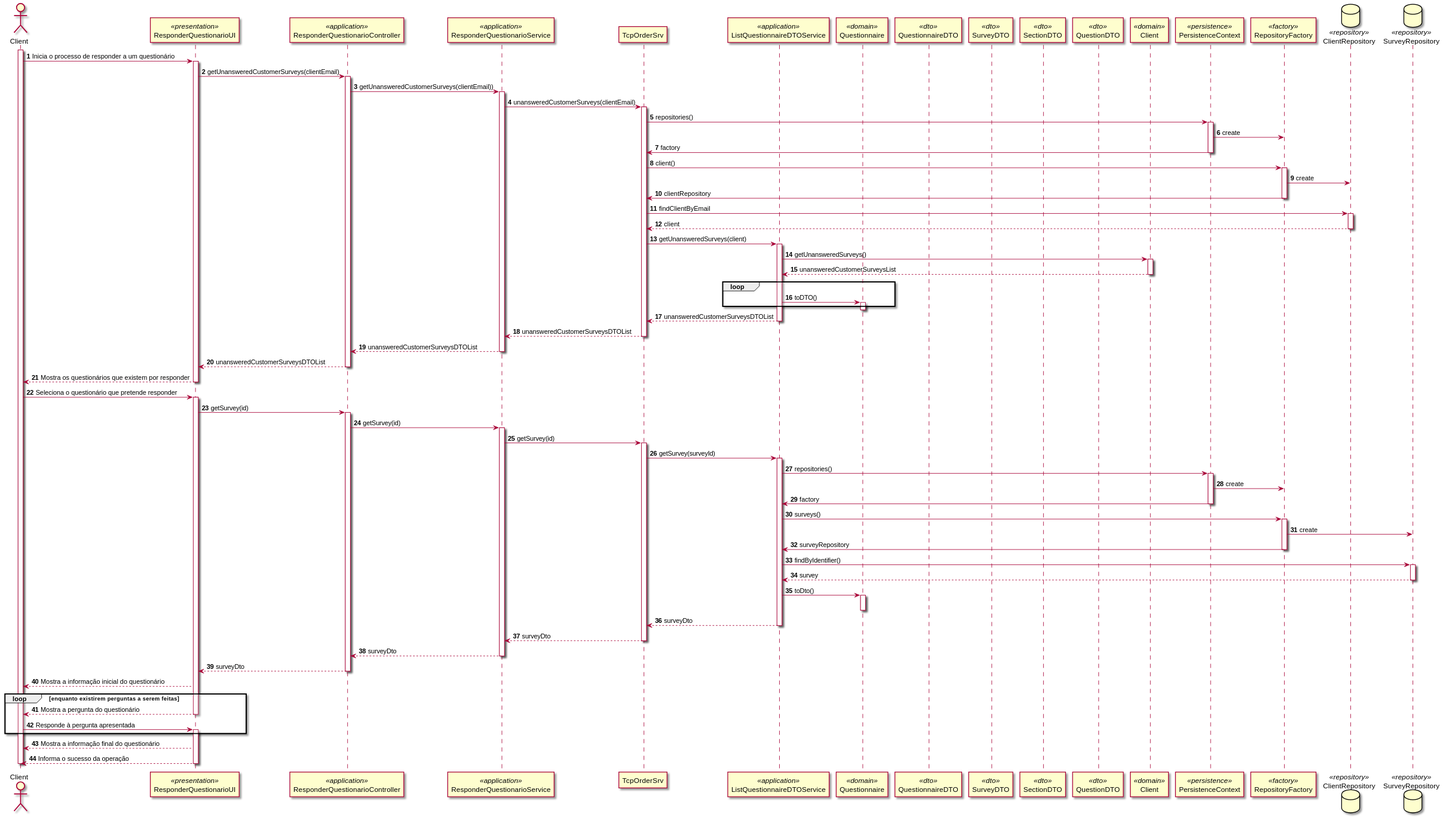
Above: docs/1201386/US3501/SD_ResponderQuestionário.svg in 0franciscor/lei21_22_s4_2de_01 (PlantUML), before the change.
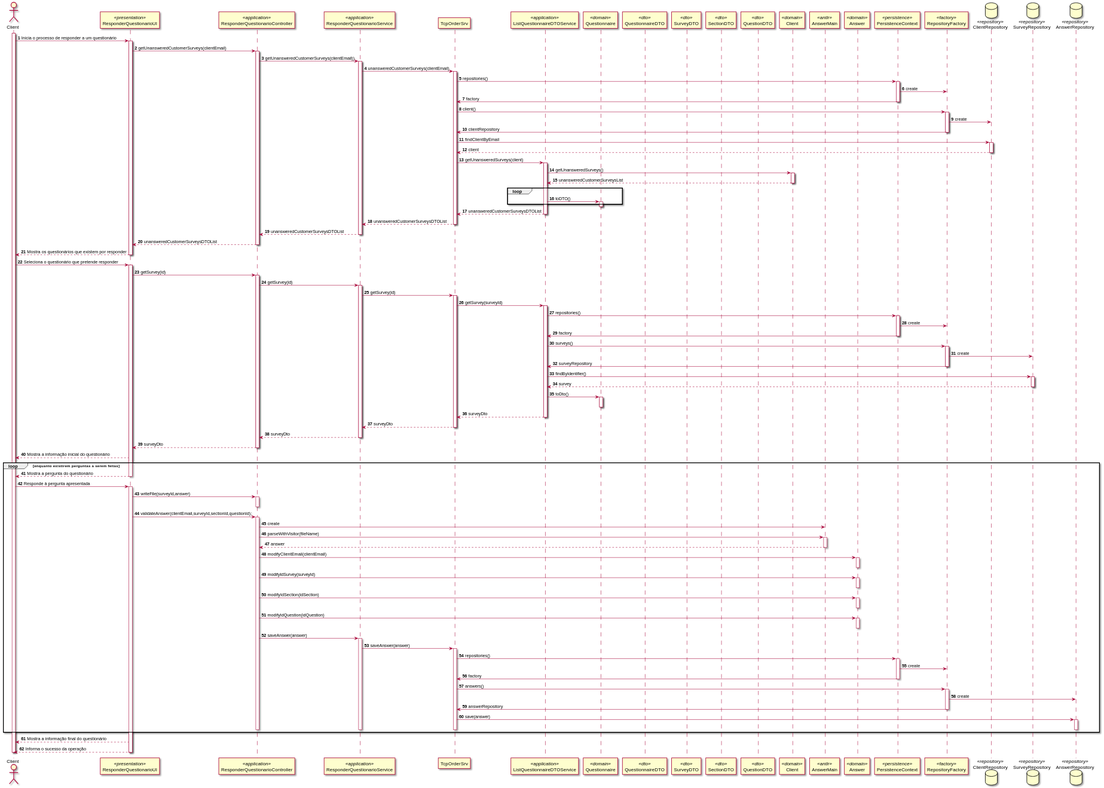
The same diagram one commit later.

Change to the diagram source:
```diff
@@ -13,10 +13,13 @@
 participant "SectionDTO" as sDTO <<dto>>
 participant "QuestionDTO" as qDTO <<dto>>
 participant "Client" as client <<domain>>
+participant "AnswerMain" as answerMain <<antlr>>
+participant "Answer" as answer <<domain>>
 participant PersistenceContext as Persistence <<persistence>>
 participant RepositoryFactory as Factory <<factory>>
 database ClientRepository as repository <<repository>>
 database SurveyRepository as rep <<repository>>
+database AnswerRepository as r <<repository>>
 
 
 
@@ -105,6 +108,48 @@
 deactivate UI
 C -> UI : Responde à pergunta apresentada
 activate UI
+UI -> Controller: writeFile(surveyId,answer)
+activate Controller
+deactivate Controller
+UI -> Controller: validateAnswer(clientEmail,surveyId,sectionId,questionId);
+activate Controller
+Controller -> answerMain: create
+Controller -> answerMain: parseWithVisitor(fileName)
+activate answerMain
+answerMain --> Controller: answer
+deactivate answerMain
+Controller -> answer:modifyClientEmail(clientEmail)
+activate answer
+deactivate answer
+Controller -> answer:modifyIdSurvey(surveyId)
+activate answer
+deactivate answer
+Controller -> answer:modifyIdSection(idSection)
+activate answer
+deactivate answer
+Controller -> answer:modifyIdQuestion(idQuestion)
+activate answer
+deactivate answer
+Controller->Service:saveAnswer(answer)
+activate Service
+Service ->OrderServer:saveAnswer(answer)
+activate OrderServer
+OrderServer -> Persistence: repositories()
+activate Persistence
+Persistence -> Factory: create
+Persistence -> OrderServer: factory
+deactivate Persistence
+OrderServer -> Factory: answers()
+activate Factory
+Factory -> r: create
+Factory -> OrderServer: answerRepository
+deactivate Factory
+OrderServer->r:save(answer)
+activate r
+deactivate r
+deactivate OrderServer
+deactivate Service
+deactivate Controller
 end
 UI --> C : Mostra a informação final do questionário
 UI --> C : Informa o sucesso da operação
```
